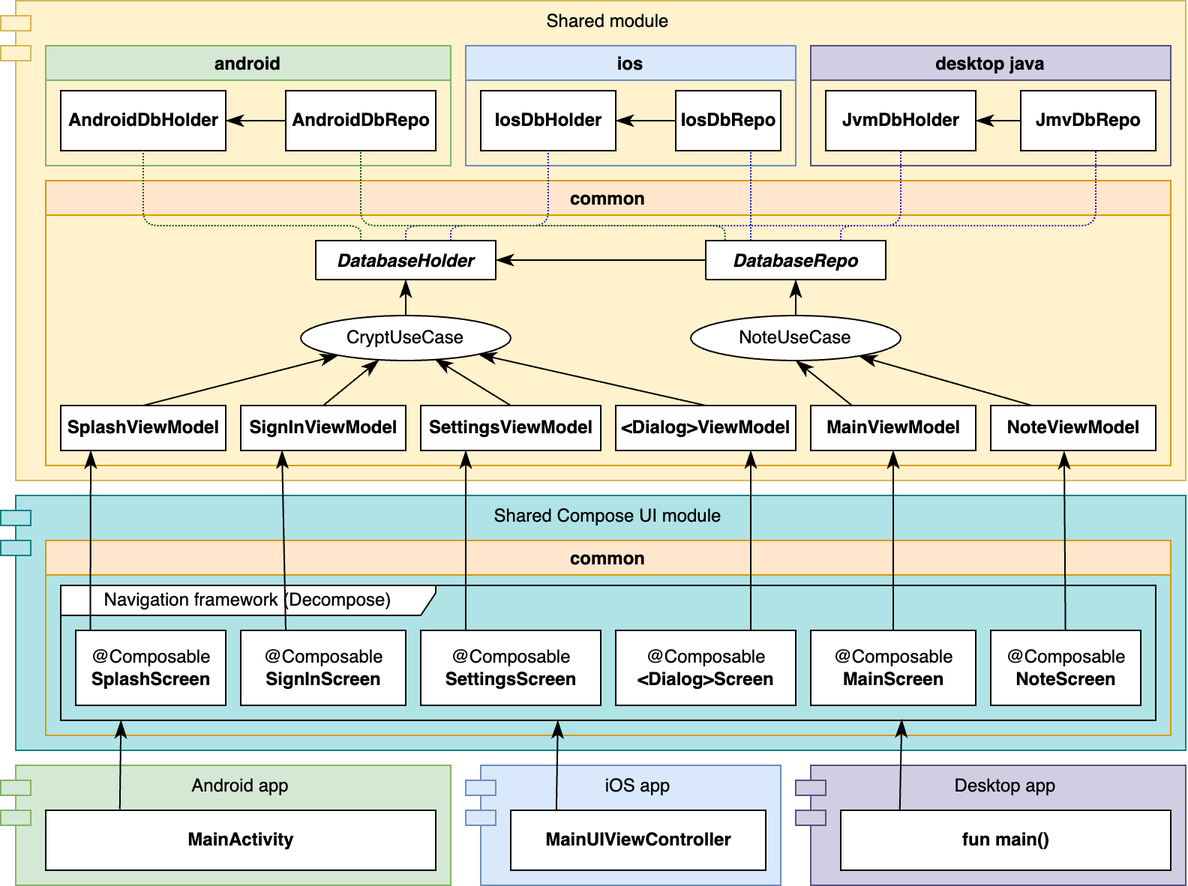
Above: screenshoots/architecture.png in softartdev/NoteDelight (draw.io), before the change. Source tidied: cells renumbered, new cells last; positions are measured from the earlier drawing's top-left corner, leaving out a move shared by most shapes.
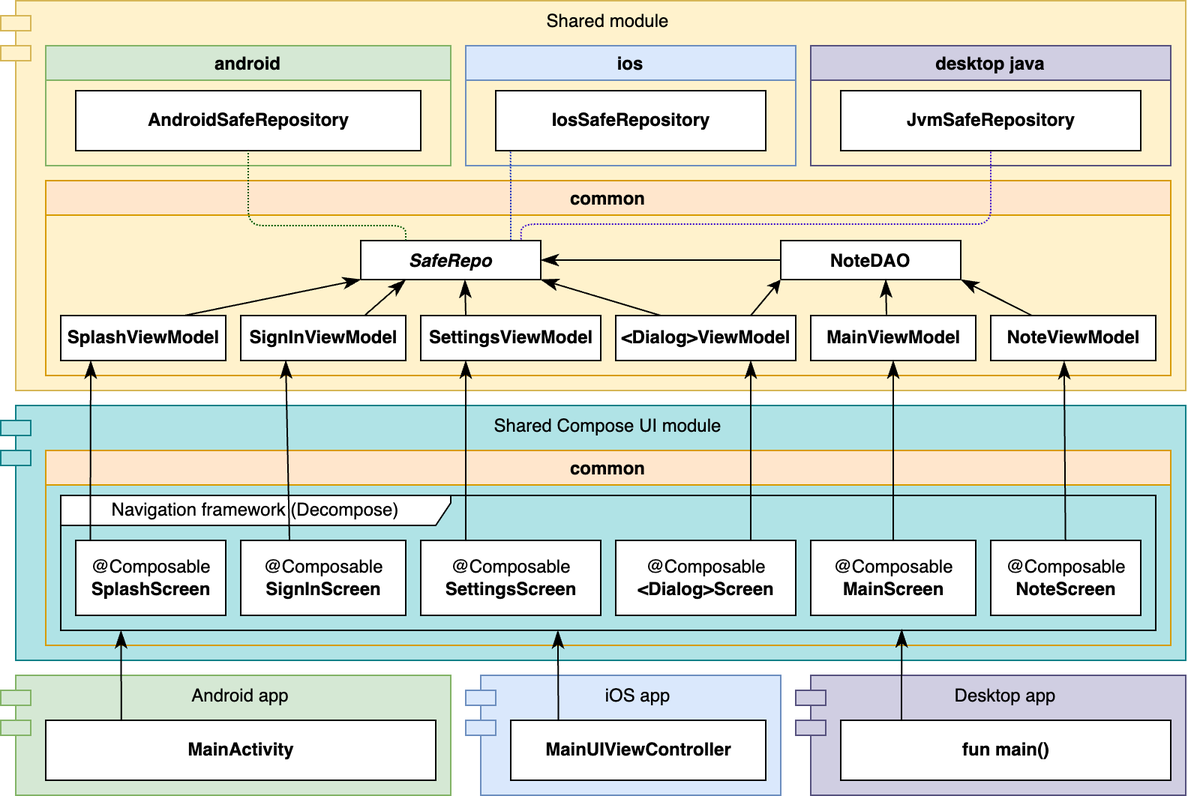
Later version of the same file.

Commit message:
update architecture diagram

Diff of the diagram source:
```diff
@@ -3,7 +3,7 @@
     <mxCell id="0" />
     <mxCell id="1" value="modules" parent="0" />
     <mxCell id="2" value="Shared module" style="shape=module;align=left;spacingLeft=20;align=center;verticalAlign=top;fillColor=#fff2cc;strokeColor=#d6b656;" parent="1" vertex="1">
-      <mxGeometry width="790" height="320" as="geometry" />
+      <mxGeometry y="60" width="790" height="260" as="geometry" />
     </mxCell>
     <mxCell id="3" value="Android app" style="shape=module;align=left;spacingLeft=20;align=center;verticalAlign=top;fillColor=#d5e8d4;strokeColor=#82b366;" parent="1" vertex="1">
       <mxGeometry y="510" width="300" height="80" as="geometry" />
@@ -17,45 +17,51 @@
     <mxCell id="6" value="Desktop app" style="shape=module;align=left;spacingLeft=20;align=center;verticalAlign=top;fillColor=#d0cee2;strokeColor=#56517e;" parent="1" vertex="1">
       <mxGeometry x="530" y="510" width="260" height="80" as="geometry" />
     </mxCell>
+    <mxCell id="67" style="endArrow=classic;html=1;rounded=0;entryX=0;entryY=1;entryDx=0;entryDy=0;exitX=0.75;exitY=0;exitDx=0;exitDy=0;" parent="1" edge="1" source="51" target="54">
+      <mxGeometry relative="1" as="geometry" />
+    </mxCell>
     <mxCell id="7" value="sourceSets" parent="0" />
     <mxCell id="8" value="common" style="swimlane;fillColor=#ffe6cc;strokeColor=#d79b00;" parent="7" vertex="1">
-      <mxGeometry x="30" y="120" width="750" height="190" as="geometry" />
+      <mxGeometry x="30" y="180" width="750" height="130" as="geometry" />
     </mxCell>
-    <mxCell id="9" value="NoteUseCase" style="ellipse;whiteSpace=wrap;html=1;" parent="8" vertex="1">
-      <mxGeometry x="430" y="90" width="140" height="30" as="geometry" />
-    </mxCell>
-    <mxCell id="10" value="&lt;b&gt;JmvDb&lt;/b&gt;&lt;b style=&quot;border-color: var(--border-color);&quot;&gt;Repo&lt;/b&gt;" style="html=1;" parent="8" vertex="1">
-      <mxGeometry x="650" y="-60" width="90" height="40" as="geometry" />
-    </mxCell>
+    <mxCell id="16" style="endArrow=classicThin;endSize=9;html=1;exitX=0;exitY=0.5;exitDx=0;exitDy=0;entryX=1;entryY=0.5;entryDx=0;entryDy=0;strokeColor=default;endFill=1;" parent="8" edge="1" source="54" target="55">
+      <mxGeometry x="-0.2" y="-5" relative="1" as="geometry" />
+    </mxCell>
+    <mxCell id="54" value="NoteDAO" style="swimlane;fontStyle=1;align=center;verticalAlign=top;horizontal=1;startSize=26;" parent="8" vertex="1" collapsed="1">
+      <mxGeometry x="490" y="40" width="120" height="26" as="geometry" />
+    </mxCell>
+    <mxCell id="55" value="SafeRepo" style="swimlane;fontStyle=3;align=center;verticalAlign=top;horizontal=1;startSize=26;" parent="8" vertex="1" collapsed="1">
+      <mxGeometry x="210" y="40" width="120" height="26" as="geometry" />
+    </mxCell>
+    <mxCell id="41" style="endArrow=classicThin;endSize=9;html=1;exitX=0.368;exitY=-0.02;exitDx=0;exitDy=0;endFill=1;entryX=0.5;entryY=1;entryDx=0;entryDy=0;exitPerimeter=0;" parent="8" edge="1">
+      <mxGeometry x="-0.24" y="-11" relative="1" as="geometry">
+        <mxPoint x="560.5" y="89.4" as="sourcePoint" />
+        <mxPoint x="560" y="66" as="targetPoint" />
+      </mxGeometry>
+    </mxCell>
+    <mxCell id="48" style="endArrow=classicThin;endSize=9;html=1;endFill=1;entryX=0.579;entryY=1.005;entryDx=0;entryDy=0;exitX=0.5;exitY=0;exitDx=0;exitDy=0;entryPerimeter=0;" parent="8" edge="1" target="55">
+      <mxGeometry x="-0.46" y="-1" relative="1" as="geometry">
+        <mxPoint x="280" y="90" as="sourcePoint" />
+      </mxGeometry>
+    </mxCell>
     <mxCell id="11" value="android" style="swimlane;fillColor=#d5e8d4;strokeColor=#82b366;" parent="7" vertex="1">
-      <mxGeometry x="30" y="30" width="270" height="80" as="geometry" />
+      <mxGeometry x="30" y="90" width="270" height="80" as="geometry" />
     </mxCell>
+    <mxCell id="30" value="&lt;b style=&quot;border-color: var(--border-color);&quot;&gt;AndroidSafeRepository&lt;/b&gt;" style="html=1;" parent="11" vertex="1">
+      <mxGeometry x="20" y="30" width="230" height="40" as="geometry" />
+    </mxCell>
     <mxCell id="12" value="ios" style="swimlane;fillColor=#dae8fc;strokeColor=#6c8ebf;" parent="7" vertex="1">
-      <mxGeometry x="310" y="30" width="220" height="80" as="geometry" />
+      <mxGeometry x="310" y="90" width="220" height="80" as="geometry" />
     </mxCell>
-    <mxCell id="13" value="&lt;b&gt;IosDb&lt;/b&gt;&lt;b style=&quot;border-color: var(--border-color);&quot;&gt;Holder&lt;/b&gt;" style="html=1;" parent="12" vertex="1">
-      <mxGeometry x="10" y="30" width="90" height="40" as="geometry" />
+    <mxCell id="13" value="&lt;b&gt;Ios&lt;/b&gt;&lt;b style=&quot;border-color: var(--border-color);&quot;&gt;SafeRepository&lt;/b&gt;" style="html=1;" parent="12" vertex="1">
+      <mxGeometry x="20" y="30" width="180" height="40" as="geometry" />
     </mxCell>
-    <mxCell id="14" value="&lt;b&gt;IosDb&lt;/b&gt;&lt;b style=&quot;border-color: var(--border-color);&quot;&gt;Repo&lt;/b&gt;" style="html=1;" parent="12" vertex="1">
-      <mxGeometry x="140" y="30" width="70" height="40" as="geometry" />
-    </mxCell>
-    <mxCell id="15" style="endArrow=classicThin;endSize=9;html=1;exitX=0;exitY=0.5;exitDx=0;exitDy=0;entryX=1;entryY=0.5;entryDx=0;entryDy=0;endFill=1;" parent="12" edge="1" source="14" target="13">
-      <mxGeometry x="-0.2" y="-5" relative="1" as="geometry" />
-    </mxCell>
-    <mxCell id="16" style="endArrow=classicThin;endSize=9;html=1;exitX=0;exitY=0.5;exitDx=0;exitDy=0;entryX=1;entryY=0.5;entryDx=0;entryDy=0;strokeColor=default;endFill=1;" parent="12" edge="1" source="54" target="55">
-      <mxGeometry x="-0.2" y="-5" relative="1" as="geometry" />
-    </mxCell>
     <mxCell id="17" value="desktop java" style="swimlane;fillColor=#d0cee2;strokeColor=#56517e;" parent="7" vertex="1">
-      <mxGeometry x="540" y="30" width="240" height="80" as="geometry" />
+      <mxGeometry x="540" y="90" width="240" height="80" as="geometry" />
     </mxCell>
-    <mxCell id="18" value="&lt;b&gt;JvmDb&lt;/b&gt;&lt;b style=&quot;border-color: var(--border-color);&quot;&gt;Holder&lt;/b&gt;" style="html=1;" parent="17" vertex="1">
-      <mxGeometry x="10" y="30" width="100" height="40" as="geometry" />
+    <mxCell id="18" value="&lt;b&gt;Jvm&lt;/b&gt;&lt;b style=&quot;border-color: var(--border-color);&quot;&gt;SafeRepository&lt;/b&gt;" style="html=1;" parent="17" vertex="1">
+      <mxGeometry x="20" y="30" width="200" height="40" as="geometry" />
     </mxCell>
-    <mxCell id="19" style="endArrow=classicThin;endSize=9;html=1;exitX=1;exitY=0.5;exitDx=0;exitDy=0;endFill=1;entryX=1;entryY=0.5;entryDx=0;entryDy=0;" parent="17" edge="1" target="18">
-      <mxGeometry x="-0.2" y="-5" relative="1" as="geometry">
-        <mxPoint x="140" y="50" as="sourcePoint" />
-      </mxGeometry>
-    </mxCell>
     <mxCell id="20" value="common" style="swimlane;fillColor=#ffe6cc;strokeColor=#d79b00;" parent="7" vertex="1">
       <mxGeometry x="30" y="360" width="750" height="130" as="geometry" />
     </mxCell>
@@ -77,22 +83,23 @@
     <mxCell id="26" value="@Composable&lt;br&gt;&lt;b&gt;&amp;lt;Dialog&amp;gt;Screen&lt;/b&gt;" style="html=1;" parent="20" vertex="1">
       <mxGeometry x="380" y="60" width="120" height="50" as="geometry" />
     </mxCell>
-    <mxCell id="27" value="Navigation framework (Decompose)" style="shape=umlFrame;whiteSpace=wrap;html=1;width=250;height=20;" parent="20" vertex="1">
+    <mxCell id="27" value="Navigation framework (Decompose)" style="shape=umlFrame;whiteSpace=wrap;html=1;width=260;height=20;" parent="20" vertex="1">
       <mxGeometry x="10" y="30" width="730" height="90" as="geometry" />
     </mxCell>
+    <mxCell id="38" style="endArrow=classicThin;endSize=9;html=1;entryX=0.25;entryY=1;entryDx=0;entryDy=0;endFill=1;" parent="20" edge="1">
+      <mxGeometry x="0.16" relative="1" as="geometry">
+        <mxPoint x="162.5" y="60" as="sourcePoint" />
+        <mxPoint x="160" y="-60" as="targetPoint" />
+      </mxGeometry>
+    </mxCell>
+    <mxCell id="62" style="endArrow=none;dashed=1;html=1;rounded=1;dashPattern=1 1;strokeColor=#001DBC;exitX=0.833;exitY=-0.012;exitDx=0;exitDy=0;edgeStyle=orthogonalEdgeStyle;fillColor=#0050ef;entryX=0.055;entryY=1.002;entryDx=0;entryDy=0;entryPerimeter=0;exitPerimeter=0;" parent="7" edge="1" source="55" target="13">
+      <mxGeometry relative="1" as="geometry">
+        <Array as="points">
+          <mxPoint x="340" y="210" />
+        </Array>
+      </mxGeometry>
+    </mxCell>
     <mxCell id="28" value="classes" parent="0" />
-    <mxCell id="29" style="endArrow=classicThin;endSize=9;html=1;entryX=0.5;entryY=1;entryDx=0;entryDy=0;exitX=0.5;exitY=0;exitDx=0;exitDy=0;endFill=1;" parent="28" edge="1" source="9" target="54">
-      <mxGeometry x="0.18" y="-30" relative="1" as="geometry" />
-    </mxCell>
-    <mxCell id="30" value="&lt;b style=&quot;border-color: var(--border-color);&quot;&gt;AndroidDbHolder&lt;/b&gt;" style="html=1;" parent="28" vertex="1">
-      <mxGeometry x="40" y="60" width="110" height="40" as="geometry" />
-    </mxCell>
-    <mxCell id="31" value="&lt;b style=&quot;border-color: var(--border-color);&quot;&gt;AndroidDbRepo&lt;/b&gt;" style="html=1;" parent="28" vertex="1">
-      <mxGeometry x="190" y="60" width="100" height="40" as="geometry" />
-    </mxCell>
-    <mxCell id="32" style="endArrow=classicThin;endSize=9;html=1;exitX=0;exitY=0.5;exitDx=0;exitDy=0;entryX=1;entryY=0.5;entryDx=0;entryDy=0;endFill=1;" parent="28" edge="1" source="31" target="30">
-      <mxGeometry y="-20" relative="1" as="geometry" />
-    </mxCell>
     <mxCell id="33" value="&lt;b&gt;SplashViewModel&lt;/b&gt;" style="html=1;" parent="28" vertex="1">
       <mxGeometry x="40" y="270" width="110" height="30" as="geometry" />
     </mxCell>
@@ -110,20 +117,12 @@
         <mxPoint x="60" y="300" as="targetPoint" />
       </mxGeometry>
     </mxCell>
-    <mxCell id="38" style="endArrow=classicThin;endSize=9;html=1;entryX=0.25;entryY=1;entryDx=0;entryDy=0;endFill=1;" parent="28" edge="1" target="34">
-      <mxGeometry x="0.16" relative="1" as="geometry">
-        <mxPoint x="190" y="420" as="sourcePoint" />
-      </mxGeometry>
-    </mxCell>
-    <mxCell id="39" style="endArrow=classicThin;endSize=9;html=1;exitX=0.5;exitY=0;exitDx=0;exitDy=0;endFill=1;" parent="28" edge="1" source="33" target="50">
+    <mxCell id="39" style="endArrow=classicThin;endSize=9;html=1;exitX=0.75;exitY=0;exitDx=0;exitDy=0;endFill=1;entryX=0;entryY=1;entryDx=0;entryDy=0;" parent="28" edge="1" source="33" target="55">
       <mxGeometry y="-3" relative="1" as="geometry" />
     </mxCell>
-    <mxCell id="40" style="endArrow=classicThin;endSize=9;html=1;exitX=0.5;exitY=0;exitDx=0;exitDy=0;endFill=1;" parent="28" edge="1" source="34" target="50">
+    <mxCell id="40" style="endArrow=classicThin;endSize=9;html=1;exitX=0.75;exitY=0;exitDx=0;exitDy=0;endFill=1;entryX=0.25;entryY=1;entryDx=0;entryDy=0;" parent="28" edge="1" source="34" target="55">
       <mxGeometry x="-0.55" y="4" relative="1" as="geometry" />
     </mxCell>
-    <mxCell id="41" style="endArrow=classicThin;endSize=9;html=1;exitX=0.25;exitY=0;exitDx=0;exitDy=0;entryX=0.5;entryY=1;entryDx=0;entryDy=0;endFill=1;" parent="28" edge="1" source="35" target="9">
-      <mxGeometry x="-0.24" y="-11" relative="1" as="geometry" />
-    </mxCell>
     <mxCell id="42" value="&lt;b&gt;NoteViewModel&lt;/b&gt;" style="html=1;" parent="28" vertex="1">
       <mxGeometry x="660" y="270" width="110" height="30" as="geometry" />
     </mxCell>
@@ -139,96 +138,48 @@
     <mxCell id="46" style="endArrow=classicThin;endSize=9;html=1;exitX=0.25;exitY=0;exitDx=0;exitDy=0;entryX=0.25;entryY=1;entryDx=0;entryDy=0;endFill=1;" parent="28" edge="1" source="25" target="43">
       <mxGeometry x="0.17" relative="1" as="geometry" />
     </mxCell>
-    <mxCell id="47" style="endArrow=classicThin;endSize=9;html=1;exitX=0.25;exitY=0;exitDx=0;exitDy=0;endFill=1;" parent="28" edge="1" source="42" target="9">
-      <mxGeometry x="-0.16" y="-3" relative="1" as="geometry" />
-    </mxCell>
-    <mxCell id="48" style="endArrow=classicThin;endSize=9;html=1;exitX=0.5;exitY=0;exitDx=0;exitDy=0;entryX=0.638;entryY=0.959;entryDx=0;entryDy=0;entryPerimeter=0;endFill=1;" parent="28" edge="1" source="43" target="50">
-      <mxGeometry x="-0.46" y="-1" relative="1" as="geometry" />
-    </mxCell>
-    <mxCell id="49" style="endArrow=classicThin;endSize=9;html=1;entryX=0.5;entryY=1;entryDx=0;entryDy=0;exitX=0.5;exitY=0;exitDx=0;exitDy=0;endFill=1;" parent="28" edge="1" source="50" target="55">
-      <mxGeometry x="0.18" y="-30" relative="1" as="geometry" />
-    </mxCell>
-    <mxCell id="50" value="CryptUseCase" style="ellipse;whiteSpace=wrap;html=1;" parent="28" vertex="1">
-      <mxGeometry x="200" y="210" width="140" height="30" as="geometry" />
-    </mxCell>
     <mxCell id="51" value="&lt;b&gt;&amp;lt;Dialog&amp;gt;ViewModel&lt;/b&gt;" style="html=1;" parent="28" vertex="1">
       <mxGeometry x="410" y="270" width="120" height="30" as="geometry" />
     </mxCell>
-    <mxCell id="52" style="endArrow=classicThin;endSize=9;html=1;exitX=0.5;exitY=0;exitDx=0;exitDy=0;endFill=1;" parent="28" edge="1" source="51" target="50">
-      <mxGeometry x="0.04" y="4" relative="1" as="geometry" />
-    </mxCell>
     <mxCell id="53" style="endArrow=classicThin;endSize=9;html=1;exitX=0.75;exitY=0;exitDx=0;exitDy=0;entryX=0.75;entryY=1;entryDx=0;entryDy=0;endFill=1;" parent="28" edge="1" source="26" target="51">
       <mxGeometry x="0.27" relative="1" as="geometry" />
     </mxCell>
-    <mxCell id="54" value="DatabaseRepo" style="swimlane;fontStyle=3;align=center;verticalAlign=top;horizontal=1;startSize=26;" parent="28" vertex="1" collapsed="1">
-      <mxGeometry x="470" y="160" width="120" height="26" as="geometry" />
-    </mxCell>
-    <mxCell id="55" value="DatabaseHolder" style="swimlane;fontStyle=3;align=center;verticalAlign=top;horizontal=1;startSize=26;" parent="28" vertex="1" collapsed="1">
-      <mxGeometry x="210" y="160" width="120" height="26" as="geometry" />
-    </mxCell>
     <mxCell id="56" value="&lt;b&gt;MainUIViewController&lt;/b&gt;" style="html=1;" parent="28" vertex="1">
       <mxGeometry x="340" y="540" width="170" height="40" as="geometry" />
     </mxCell>
     <mxCell id="57" value="&lt;b&gt;fun main()&lt;/b&gt;" style="html=1;" parent="28" vertex="1">
       <mxGeometry x="560" y="540" width="220" height="40" as="geometry" />
     </mxCell>
-    <mxCell id="58" style="endArrow=classicThin;endSize=9;html=1;exitX=0.19;exitY=-0.018;exitDx=0;exitDy=0;exitPerimeter=0;entryX=0.055;entryY=1;entryDx=0;entryDy=0;entryPerimeter=0;endFill=1;" parent="28" edge="1" source="36" target="27">
+    <mxCell id="58" style="endArrow=classicThin;endSize=9;html=1;exitX=0.194;exitY=-0.005;exitDx=0;exitDy=0;exitPerimeter=0;entryX=0.055;entryY=1;entryDx=0;entryDy=0;entryPerimeter=0;endFill=1;" parent="28" edge="1" source="36" target="27">
       <mxGeometry x="-0.69" y="10" relative="1" as="geometry" />
     </mxCell>
-    <mxCell id="59" style="endArrow=classicThin;endSize=9;html=1;exitX=0.179;exitY=-0.002;exitDx=0;exitDy=0;exitPerimeter=0;entryX=0.454;entryY=1.001;entryDx=0;entryDy=0;entryPerimeter=0;endFill=1;" parent="28" edge="1" source="56" target="27">
+    <mxCell id="59" style="endArrow=classicThin;endSize=9;html=1;exitX=0.187;exitY=-0.005;exitDx=0;exitDy=0;exitPerimeter=0;entryX=0.454;entryY=1.001;entryDx=0;entryDy=0;entryPerimeter=0;endFill=1;" parent="28" edge="1" source="56" target="27">
       <mxGeometry x="-0.65" y="10" relative="1" as="geometry" />
     </mxCell>
-    <mxCell id="60" style="endArrow=classicThin;endSize=9;html=1;exitX=0.179;exitY=0;exitDx=0;exitDy=0;exitPerimeter=0;entryX=0.768;entryY=0.993;entryDx=0;entryDy=0;entryPerimeter=0;endFill=1;" parent="28" edge="1" source="57" target="27">
+    <mxCell id="60" style="endArrow=classicThin;endSize=9;html=1;exitX=0.184;exitY=0.005;exitDx=0;exitDy=0;exitPerimeter=0;entryX=0.768;entryY=0.993;entryDx=0;entryDy=0;entryPerimeter=0;endFill=1;" parent="28" edge="1" source="57" target="27">
       <mxGeometry x="-0.64" y="9" relative="1" as="geometry" />
     </mxCell>
     <mxCell id="61" style="endArrow=none;dashed=1;html=1;rounded=1;dashPattern=1 1;strokeColor=#005700;entryX=0.5;entryY=1;entryDx=0;entryDy=0;exitX=0.25;exitY=0;exitDx=0;exitDy=0;edgeStyle=orthogonalEdgeStyle;fillColor=#008a00;" parent="28" edge="1" source="55" target="30">
       <mxGeometry relative="1" as="geometry">
         <Array as="points">
-          <mxPoint x="240" y="150" />
-          <mxPoint x="95" y="150" />
+          <mxPoint x="270" y="210" />
+          <mxPoint x="165" y="210" />
         </Array>
       </mxGeometry>
     </mxCell>
-    <mxCell id="62" style="endArrow=none;dashed=1;html=1;rounded=1;dashPattern=1 1;strokeColor=#001DBC;entryX=0.5;entryY=1;entryDx=0;entryDy=0;exitX=0.5;exitY=0;exitDx=0;exitDy=0;edgeStyle=orthogonalEdgeStyle;fillColor=#0050ef;" parent="28" edge="1" source="55" target="13">
-      <mxGeometry relative="1" as="geometry">
-        <Array as="points">
-          <mxPoint x="270" y="150" />
-          <mxPoint x="365" y="150" />
-        </Array>
-      </mxGeometry>
-    </mxCell>
-    <mxCell id="63" style="endArrow=none;dashed=1;html=1;rounded=1;dashPattern=1 1;strokeColor=#3700CC;entryX=0.5;entryY=1;entryDx=0;entryDy=0;exitX=0.75;exitY=0;exitDx=0;exitDy=0;edgeStyle=orthogonalEdgeStyle;fillColor=#6a00ff;" parent="28" edge="1" source="55" target="18">
+    <mxCell id="63" style="endArrow=none;dashed=1;html=1;rounded=1;dashPattern=1 1;strokeColor=#3700CC;entryX=0.5;entryY=1;entryDx=0;entryDy=0;exitX=0.891;exitY=-0.031;exitDx=0;exitDy=0;edgeStyle=orthogonalEdgeStyle;fillColor=#6a00ff;exitPerimeter=0;" parent="28" edge="1" source="55" target="18">
       <mxGeometry relative="1" as="geometry">
         <Array as="points">
-          <mxPoint x="300" y="150" />
-          <mxPoint x="600" y="150" />
+          <mxPoint x="347" y="209" />
+          <mxPoint x="660" y="209" />
         </Array>
       </mxGeometry>
     </mxCell>
-    <mxCell id="64" style="endArrow=none;dashed=1;html=1;rounded=1;dashPattern=1 1;strokeColor=#005700;entryX=0.5;entryY=1;entryDx=0;entryDy=0;exitX=0.107;exitY=-0.015;exitDx=0;exitDy=0;edgeStyle=orthogonalEdgeStyle;fillColor=#008a00;exitPerimeter=0;" parent="28" edge="1" source="54" target="31">
-      <mxGeometry relative="1" as="geometry">
-        <Array as="points">
-          <mxPoint x="483" y="150" />
-          <mxPoint x="240" y="150" />
-        </Array>
-      </mxGeometry>
-    </mxCell>
-    <mxCell id="65" style="endArrow=none;dashed=1;html=1;rounded=1;dashPattern=1 1;strokeColor=#001DBC;exitX=0.25;exitY=0;exitDx=0;exitDy=0;edgeStyle=orthogonalEdgeStyle;fillColor=#0050ef;" parent="28" edge="1" source="54">
-      <mxGeometry relative="1" as="geometry">
-        <mxPoint x="500" y="100" as="targetPoint" />
-        <Array as="points">
-          <mxPoint x="500" y="100" />
-        </Array>
-      </mxGeometry>
-    </mxCell>
-    <mxCell id="66" style="endArrow=none;dashed=1;html=1;rounded=1;dashPattern=1 1;strokeColor=#3700CC;exitX=0.75;exitY=0;exitDx=0;exitDy=0;edgeStyle=orthogonalEdgeStyle;fillColor=#6a00ff;" parent="28" edge="1" source="54">
-      <mxGeometry relative="1" as="geometry">
-        <mxPoint x="730" y="100" as="targetPoint" />
-        <Array as="points">
-          <mxPoint x="560" y="150" />
-          <mxPoint x="730" y="150" />
-        </Array>
-      </mxGeometry>
-    </mxCell>
+    <mxCell id="68" style="endArrow=classicThin;endSize=9;html=1;exitX=0.25;exitY=0;exitDx=0;exitDy=0;endFill=1;entryX=1;entryY=1;entryDx=0;entryDy=0;" parent="28" edge="1" source="51" target="55">
+      <mxGeometry x="0.04" y="4" relative="1" as="geometry" />
+    </mxCell>
+    <mxCell id="69" style="endArrow=classicThin;endSize=9;html=1;endFill=1;exitX=0.25;exitY=0;exitDx=0;exitDy=0;entryX=1;entryY=1;entryDx=0;entryDy=0;" parent="28" edge="1" source="42" target="54">
+      <mxGeometry x="-0.16" y="-3" relative="1" as="geometry" />
+    </mxCell>
   </root>
 </mxGraphModel>
```
